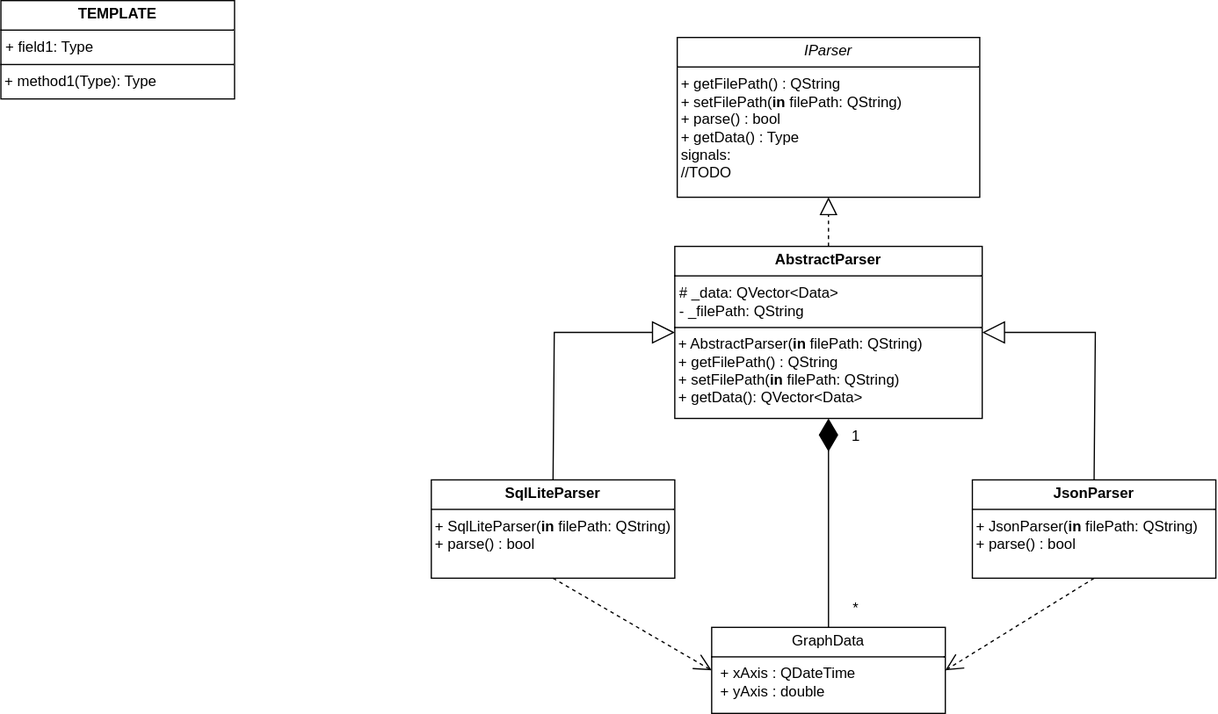
KVRTeJ/GraphPrinter keeps this draw.io diagram as uml.svg. Above is the earlier version. Source tidied: cells renumbered, new cells last; positions are measured from the earlier drawing's top-left corner, leaving out a move shared by most shapes.
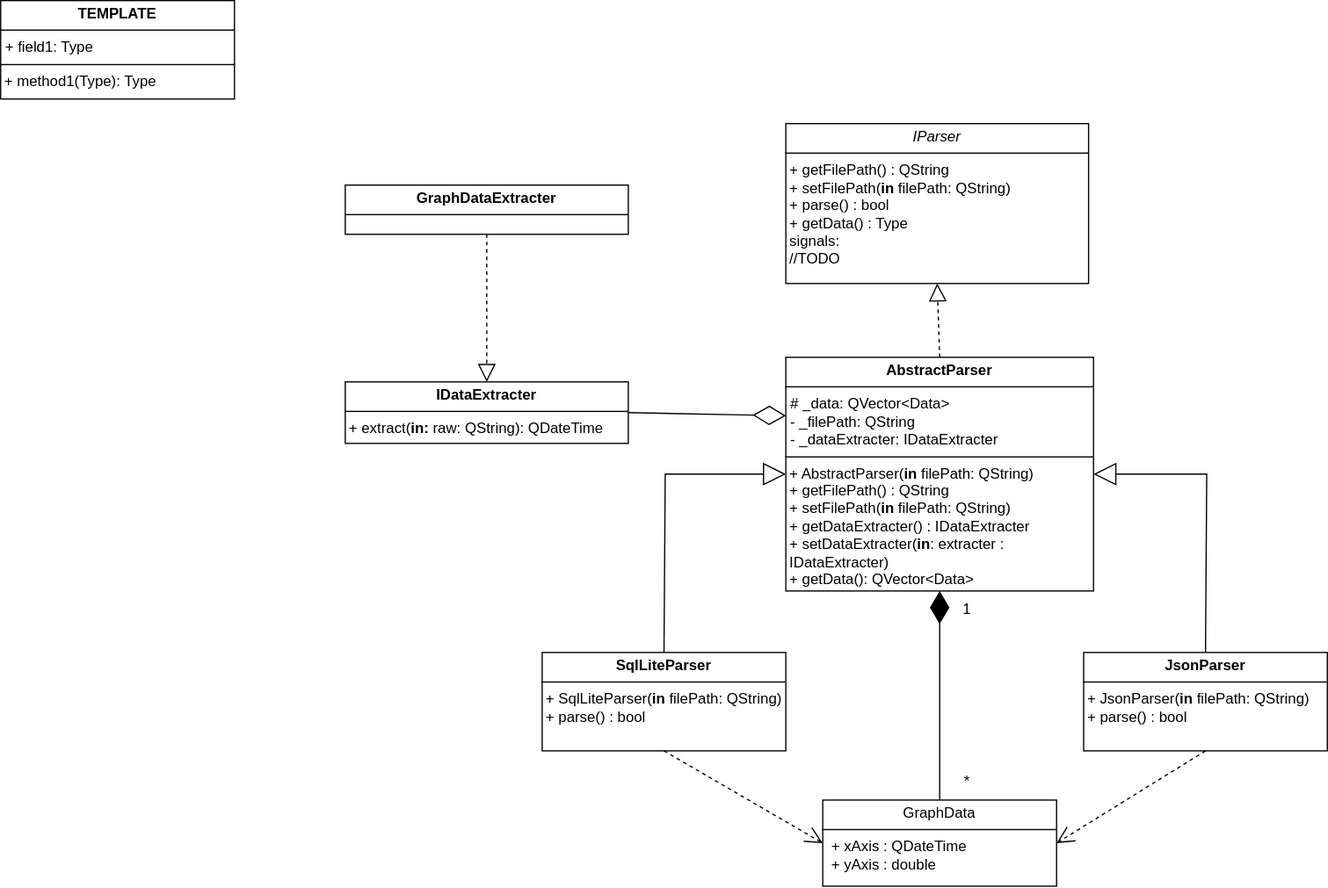
Above is the later version.

Commit message:
feat: обновлена uml. добавлены екстрактеры даты

The edit, as a diff of the source:
```diff
@@ -3,13 +3,13 @@
     <mxCell id="0" />
     <mxCell id="1" parent="0" />
     <mxCell id="2" value="&lt;p style=&quot;margin:0px;margin-top:4px;text-align:center;&quot;&gt;&lt;i&gt;IParser&lt;/i&gt;&lt;/p&gt;&lt;hr size=&quot;1&quot; style=&quot;border-style:solid;&quot;&gt;&lt;div&gt;&amp;nbsp;+ getFilePath() : QString&lt;/div&gt;&lt;div&gt;&amp;nbsp;+ setFilePath(&lt;b&gt;in&lt;/b&gt; filePath: QString) &lt;br&gt;&lt;/div&gt;&lt;div&gt;&amp;nbsp;+ parse() : bool&lt;/div&gt;&lt;div&gt;&amp;nbsp;+ getData() : Type&lt;/div&gt;&lt;div&gt;&amp;nbsp;signals: &lt;br&gt;&amp;nbsp;//TODO&lt;/div&gt;&lt;div&gt;&amp;nbsp;&lt;/div&gt;" style="verticalAlign=top;align=left;overflow=fill;html=1;whiteSpace=wrap;" parent="1" vertex="1">
-      <mxGeometry x="550" y="30" width="246" height="130" as="geometry" />
+      <mxGeometry x="548" y="-40" width="246" height="130" as="geometry" />
     </mxCell>
     <mxCell id="3" value="&lt;p style=&quot;margin:0px;margin-top:4px;text-align:center;&quot;&gt;&lt;b&gt;TEMPLATE&lt;/b&gt;&lt;/p&gt;&lt;hr size=&quot;1&quot; style=&quot;border-style:solid;&quot;&gt;&lt;p style=&quot;margin:0px;margin-left:4px;&quot;&gt;+ field1: Type&lt;/p&gt;&lt;hr size=&quot;1&quot; style=&quot;border-style:solid;&quot;&gt;&amp;nbsp;+ method1(Type): Type" style="verticalAlign=top;align=left;overflow=fill;html=1;whiteSpace=wrap;" parent="1" vertex="1">
-      <mxGeometry width="190" height="80" as="geometry" />
+      <mxGeometry x="-90" y="-140" width="190" height="80" as="geometry" />
     </mxCell>
-    <mxCell id="4" value="&lt;p style=&quot;margin:0px;margin-top:4px;text-align:center;&quot;&gt;&lt;b&gt;AbstractParser&lt;/b&gt;&lt;/p&gt;&lt;hr size=&quot;1&quot; style=&quot;border-style:solid;&quot;&gt;&lt;p style=&quot;margin:0px;margin-left:4px;&quot;&gt;# _data: QVector&amp;lt;Data&amp;gt;&lt;/p&gt;&lt;p style=&quot;margin:0px;margin-left:4px;&quot;&gt;- _filePath: QString&lt;/p&gt;&lt;hr size=&quot;1&quot; style=&quot;border-style:solid;&quot;&gt;&lt;div&gt;&amp;nbsp;+ AbstractParser(&lt;b&gt;in &lt;/b&gt;filePath: QString)&lt;/div&gt;&lt;div&gt;&amp;nbsp;+ getFilePath() : QString&lt;/div&gt;&lt;div&gt;&amp;nbsp;+ setFilePath(&lt;b&gt;in&lt;/b&gt; filePath: QString)&lt;/div&gt;&lt;div&gt;&amp;nbsp;+ getData(): QVector&amp;lt;Data&amp;gt; &lt;/div&gt;" style="verticalAlign=top;align=left;overflow=fill;html=1;whiteSpace=wrap;" parent="1" vertex="1">
-      <mxGeometry x="548" y="200" width="250" height="140" as="geometry" />
+    <mxCell id="4" value="&lt;p style=&quot;margin:0px;margin-top:4px;text-align:center;&quot;&gt;&lt;b&gt;AbstractParser&lt;/b&gt;&lt;/p&gt;&lt;hr size=&quot;1&quot; style=&quot;border-style:solid;&quot;&gt;&lt;p style=&quot;margin:0px;margin-left:4px;&quot;&gt;# _data: QVector&amp;lt;Data&amp;gt;&lt;/p&gt;&lt;p style=&quot;margin:0px;margin-left:4px;&quot;&gt;- _filePath: QString&lt;/p&gt;&lt;p style=&quot;margin:0px;margin-left:4px;&quot;&gt;- _dataExtracter: IDataExtracter&lt;/p&gt;&lt;p style=&quot;margin:0px;margin-top:4px;text-align:center;&quot;&gt;&lt;/p&gt;&lt;hr size=&quot;1&quot; style=&quot;border-style:solid;&quot;&gt;&lt;div&gt;&amp;nbsp;+ AbstractParser(&lt;b&gt;in &lt;/b&gt;filePath: QString)&lt;/div&gt;&lt;div&gt;&amp;nbsp;+ getFilePath() : QString&lt;/div&gt;&lt;div&gt;&amp;nbsp;+ setFilePath(&lt;b&gt;in&lt;/b&gt; filePath: QString)&lt;/div&gt;&lt;div&gt;&amp;nbsp;+ getDataExtracter() : IDataExtracter&lt;/div&gt;&lt;div&gt;&amp;nbsp;+ setDataExtracter(&lt;b&gt;in&lt;/b&gt;: extracter :&amp;nbsp;&amp;nbsp;&lt;/div&gt;&lt;div&gt;&amp;nbsp;IDataExtracter)&lt;/div&gt;&lt;div&gt;&amp;nbsp;+ getData(): QVector&amp;lt;Data&amp;gt; &lt;/div&gt;" style="verticalAlign=top;align=left;overflow=fill;html=1;whiteSpace=wrap;" parent="1" vertex="1">
+      <mxGeometry x="548" y="150" width="250" height="190" as="geometry" />
     </mxCell>
     <mxCell id="5" value="&lt;p style=&quot;margin:0px;margin-top:4px;text-align:center;&quot;&gt;&lt;b&gt;SqlLiteParser&lt;/b&gt;&lt;/p&gt;&lt;hr size=&quot;1&quot; style=&quot;border-style:solid;&quot;&gt;&lt;div&gt;&amp;nbsp;+ SqlLiteParser(&lt;b&gt;in &lt;/b&gt;filePath: QString)&lt;/div&gt;&lt;div&gt;&amp;nbsp;+ parse() : bool&lt;/div&gt;" style="verticalAlign=top;align=left;overflow=fill;html=1;whiteSpace=wrap;" parent="1" vertex="1">
       <mxGeometry x="350" y="390" width="198" height="80" as="geometry" />
@@ -20,14 +20,14 @@
     <mxCell id="7" style="endArrow=block;endSize=16;endFill=0;html=1;rounded=0;exitX=0.5;exitY=0;exitDx=0;exitDy=0;entryX=0;entryY=0.5;entryDx=0;entryDy=0;" parent="1" edge="1" source="5" target="4">
       <mxGeometry relative="1" as="geometry">
         <Array as="points">
-          <mxPoint x="450" y="270" />
+          <mxPoint x="450" y="245" />
         </Array>
       </mxGeometry>
     </mxCell>
     <mxCell id="8" style="endArrow=block;endSize=16;endFill=0;html=1;rounded=0;exitX=0.5;exitY=0;exitDx=0;exitDy=0;entryX=1;entryY=0.5;entryDx=0;entryDy=0;" parent="1" edge="1" source="15" target="4">
       <mxGeometry relative="1" as="geometry">
         <Array as="points">
-          <mxPoint x="890" y="270" />
+          <mxPoint x="890" y="245" />
         </Array>
       </mxGeometry>
     </mxCell>
@@ -52,5 +52,17 @@
     <mxCell id="15" value="&lt;p style=&quot;margin:0px;margin-top:4px;text-align:center;&quot;&gt;&lt;b&gt;JsonParser&lt;/b&gt;&lt;/p&gt;&lt;hr size=&quot;1&quot; style=&quot;border-style:solid;&quot;&gt;&lt;div&gt;&amp;nbsp;+ JsonParser(&lt;b&gt;in &lt;/b&gt;filePath: QString)&lt;/div&gt;&lt;div&gt;&amp;nbsp;+ parse() : bool&lt;/div&gt;" style="verticalAlign=top;align=left;overflow=fill;html=1;whiteSpace=wrap;" parent="1" vertex="1">
       <mxGeometry x="790" y="390" width="198" height="80" as="geometry" />
     </mxCell>
+    <mxCell id="16" value="&lt;p style=&quot;margin:0px;margin-top:4px;text-align:center;&quot;&gt;&lt;b&gt;IDataExtracter&lt;/b&gt;&lt;/p&gt;&lt;hr size=&quot;1&quot; style=&quot;border-style:solid;&quot;&gt;&amp;nbsp;+ extract(&lt;b&gt;in: &lt;/b&gt;raw: QString): QDateTime " style="verticalAlign=top;align=left;overflow=fill;html=1;whiteSpace=wrap;" parent="1" vertex="1">
+      <mxGeometry x="190" y="170" width="230" height="50" as="geometry" />
+    </mxCell>
+    <mxCell id="17" style="endArrow=diamondThin;endFill=0;endSize=24;html=1;rounded=0;exitX=1;exitY=0.5;exitDx=0;exitDy=0;entryX=0;entryY=0.25;entryDx=0;entryDy=0;" parent="1" edge="1" source="16" target="4">
+      <mxGeometry relative="1" as="geometry" />
+    </mxCell>
+    <mxCell id="18" value="&lt;p style=&quot;margin:0px;margin-top:4px;text-align:center;&quot;&gt;&lt;b&gt;GraphDataExtracter&lt;/b&gt;&lt;/p&gt;&lt;hr size=&quot;1&quot; style=&quot;border-style:solid;&quot;&gt;" style="verticalAlign=top;align=left;overflow=fill;html=1;whiteSpace=wrap;" parent="1" vertex="1">
+      <mxGeometry x="190" y="10" width="230" height="40" as="geometry" />
+    </mxCell>
+    <mxCell id="19" style="endArrow=block;dashed=1;endFill=0;endSize=12;html=1;rounded=0;exitX=0.5;exitY=1;exitDx=0;exitDy=0;entryX=0.5;entryY=0;entryDx=0;entryDy=0;" parent="1" edge="1" source="18" target="16">
+      <mxGeometry relative="1" as="geometry" />
+    </mxCell>
   </root>
 </mxGraphModel>
```
